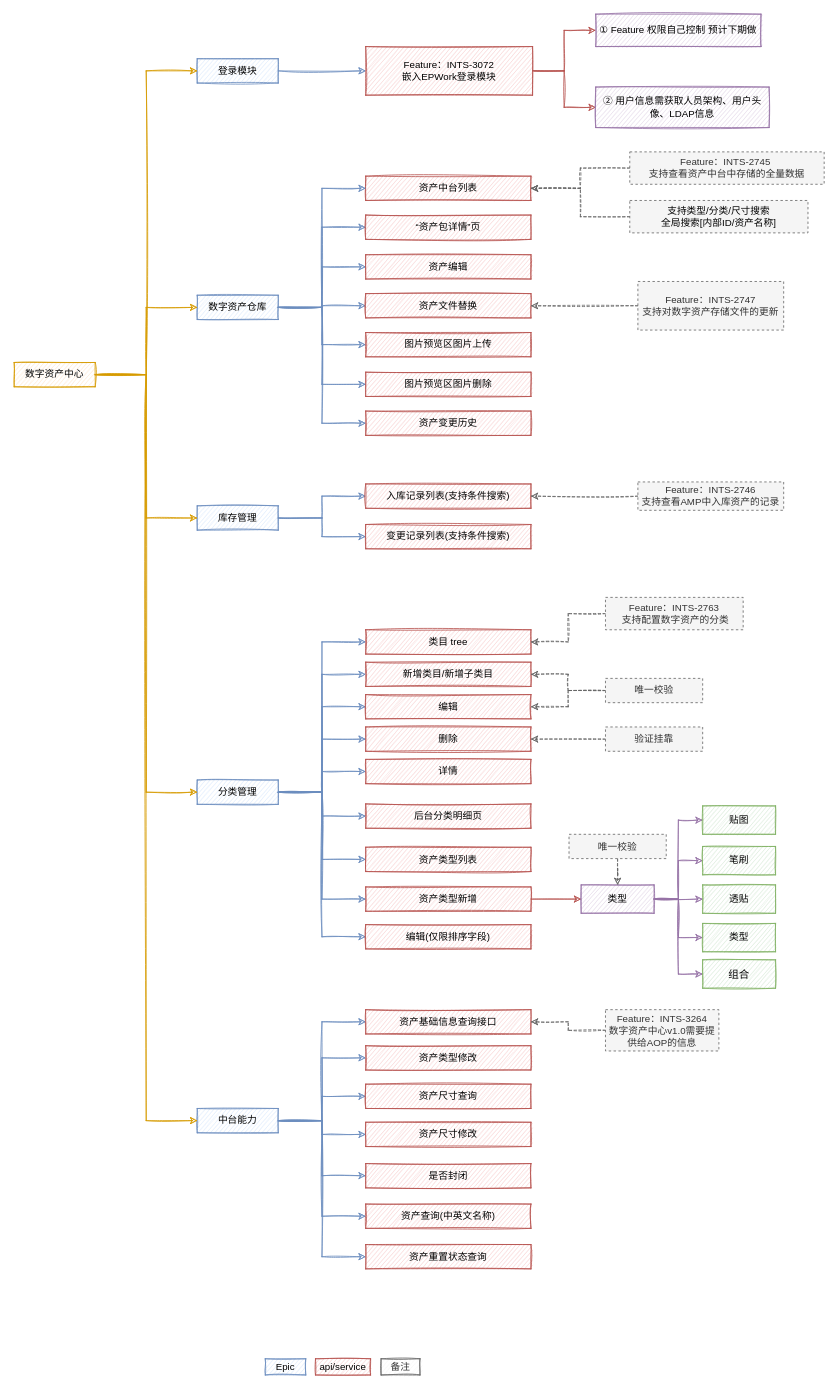
booldesign/draw keeps this draw.io diagram as 数字资产中心1.0.drawio. Above is the earlier version. Source tidied: cells renumbered, new cells numbered last; positions are measured from the earlier drawing's top-left corner, leaving out a move shared by most shapes. Both pictures are drawn from the tidied source at 81%, with x=0, y=0 at pixel (14, 14).
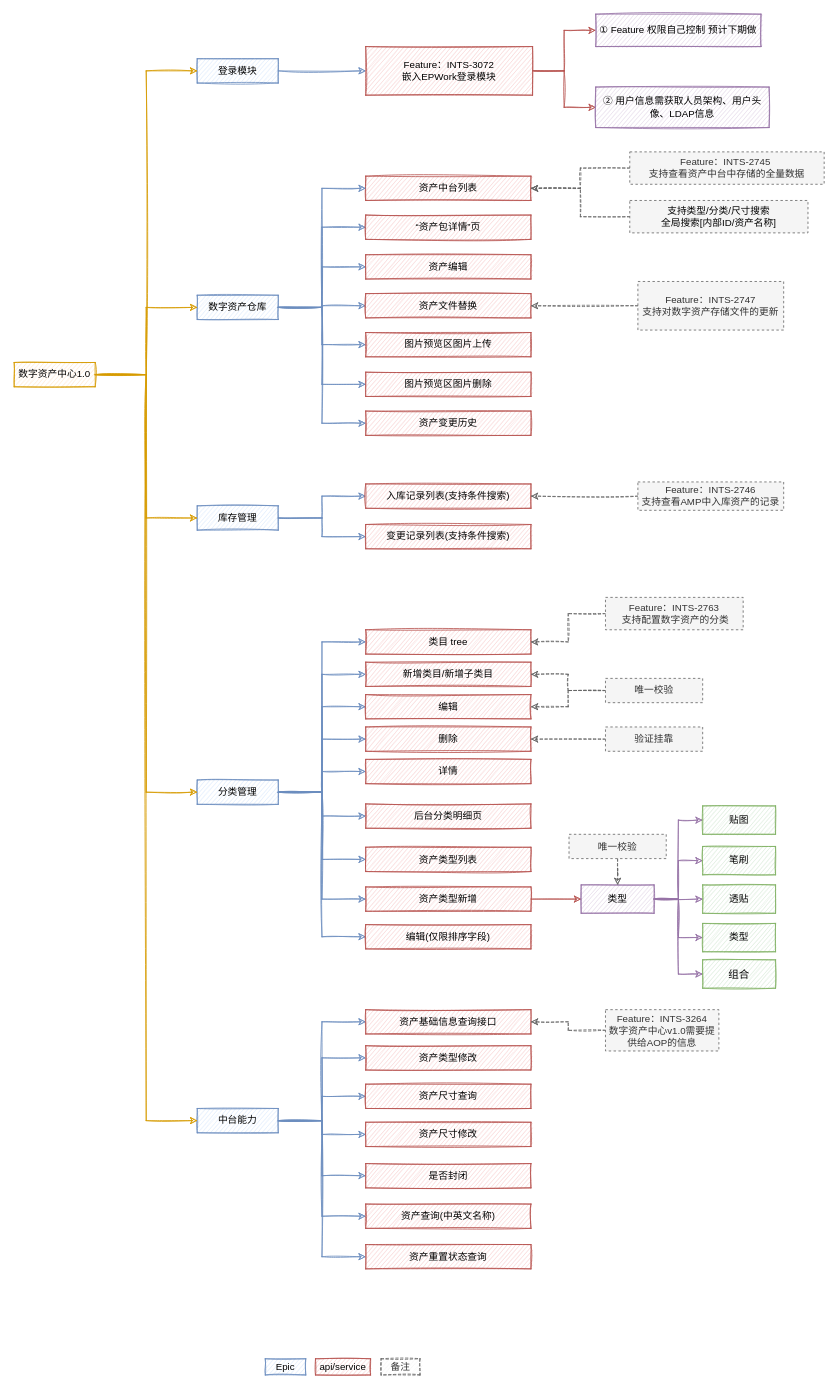
The same diagram, later.

Commit message:
更新数字资产中心1.0.drawio

What changed in the source:
```diff
@@
-    <mxCell id="38" value="数字资产中心" style="rounded=0;whiteSpace=wrap;html=1;sketch=1;fillColor=#ffe6cc;strokeColor=#d79b00;" parent="1" vertex="1">
+    <mxCell id="38" value="数字资产中心1.0" style="rounded=0;whiteSpace=wrap;html=1;sketch=1;fillColor=#ffe6cc;strokeColor=#d79b00;" parent="1" vertex="1">
       <mxGeometry y="430" width="100" height="30" as="geometry" />
     </mxCell>
@@
-    <mxCell id="103" value="备注" style="rounded=0;whiteSpace=wrap;html=1;sketch=1;fillColor=#f5f5f5;strokeColor=#666666;disableMultiStrokeFill=0;fontColor=#333333;" parent="1" vertex="1">
+    <mxCell id="103" value="备注" style="rounded=0;whiteSpace=wrap;html=1;sketch=1;fillColor=#f5f5f5;strokeColor=#666666;disableMultiStrokeFill=0;fontColor=#333333;dashed=1;" parent="1" vertex="1">
       <mxGeometry x="453" y="1660" width="48" height="20" as="geometry" />
     </mxCell>
```
